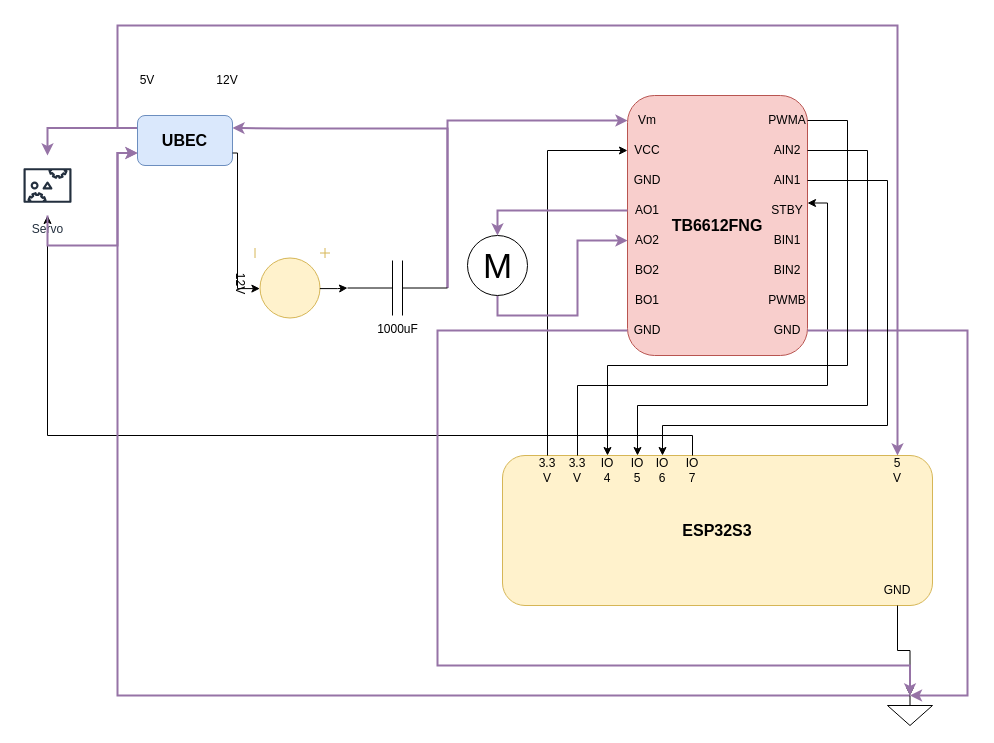
The draw.io diagram 电路图出纸.drawio in xinlanzi/Induisal-design, before the edit. Source tidied: cells renumbered, new cells numbered last; positions are measured from the earlier drawing's top-left corner, leaving out a move shared by most shapes. Both pictures are drawn from the tidied source at 100%, with x=0, y=0 at pixel (17, 25).
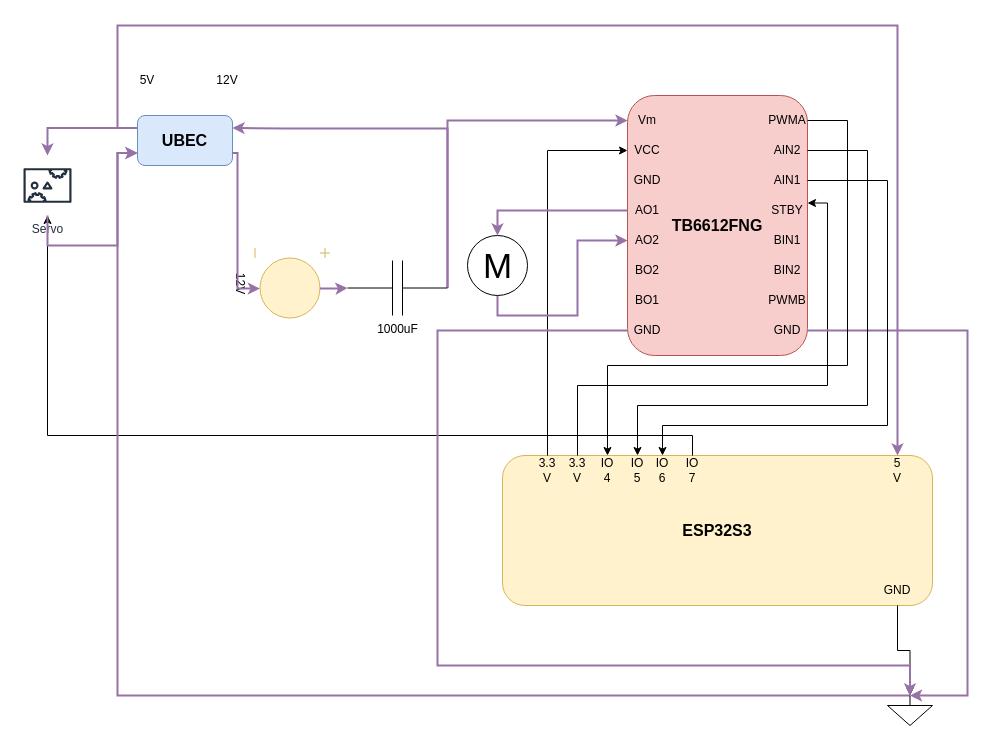
The same page after the edit.

Commit message:
更新电路图出纸.drawio

The change refers to these unchanged cells:
```xml
<mxCell id="2" value="12V" style="verticalLabelPosition=bottom;shadow=0;dashed=0;align=center;html=1;verticalAlign=top;shape=mxgraph.electrical.signal_sources.dc_source_1;fillColor=#fff2cc;strokeColor=#d6b656;rotation=90;" parent="1" vertex="1">
  <mxGeometry x="240" y="220" width="70" height="75" as="geometry" />
</mxCell>
<mxCell id="5" value="1000uF" style="verticalLabelPosition=bottom;shadow=0;dashed=0;align=center;html=1;verticalAlign=top;shape=mxgraph.electrical.capacitors.capacitor_1;" parent="1" vertex="1">
  <mxGeometry x="330" y="235" width="100" height="55" as="geometry" />
</mxCell>
<mxCell id="44" value="&lt;font style=&quot;font-size: 16px;&quot;&gt;&lt;b style=&quot;&quot;&gt;UBEC&lt;/b&gt;&lt;/font&gt;" style="rounded=1;whiteSpace=wrap;html=1;fillColor=#dae8fc;strokeColor=#6c8ebf;" parent="1" vertex="1">
  <mxGeometry x="120" y="90" width="95" height="50" as="geometry" />
</mxCell>
```

Diff of the diagram source:
```diff
@@
-    <mxCell id="6" style="edgeStyle=orthogonalEdgeStyle;rounded=0;jettySize=auto;html=1;exitX=0.58;exitY=0.135;exitDx=0;exitDy=0;exitPerimeter=0;entryX=0;entryY=0.5;entryDx=0;entryDy=0;entryPerimeter=0;" parent="1" edge="1" source="2" target="5">
+    <mxCell id="6" style="edgeStyle=orthogonalEdgeStyle;rounded=0;jettySize=auto;html=1;exitX=0.58;exitY=0.135;exitDx=0;exitDy=0;exitPerimeter=0;entryX=0;entryY=0.5;entryDx=0;entryDy=0;entryPerimeter=0;fillColor=#e1d5e7;strokeColor=#9673a6;strokeWidth=2;" parent="1" edge="1" source="2" target="5">
       <mxGeometry relative="1" as="geometry">
         <Array as="points">
           <mxPoint x="320" y="263" />
           <mxPoint x="330" y="263" />
         </Array>
       </mxGeometry>
     </mxCell>
@@
-    <mxCell id="50" style="edgeStyle=orthogonalEdgeStyle;rounded=0;jettySize=auto;html=1;exitX=1;exitY=0.75;exitDx=0;exitDy=0;entryX=0.58;entryY=0.935;entryDx=0;entryDy=0;entryPerimeter=0;" parent="1" edge="1" source="44" target="2">
+    <mxCell id="50" style="edgeStyle=orthogonalEdgeStyle;rounded=0;jettySize=auto;html=1;exitX=1;exitY=0.75;exitDx=0;exitDy=0;entryX=0.58;entryY=0.935;entryDx=0;entryDy=0;entryPerimeter=0;fillColor=#e1d5e7;strokeColor=#9673a6;strokeWidth=2;" parent="1" edge="1" source="44" target="2">
       <mxGeometry relative="1" as="geometry">
         <Array as="points">
           <mxPoint x="220" y="128" />
           <mxPoint x="220" y="263" />
         </Array>
       </mxGeometry>
     </mxCell>
```
